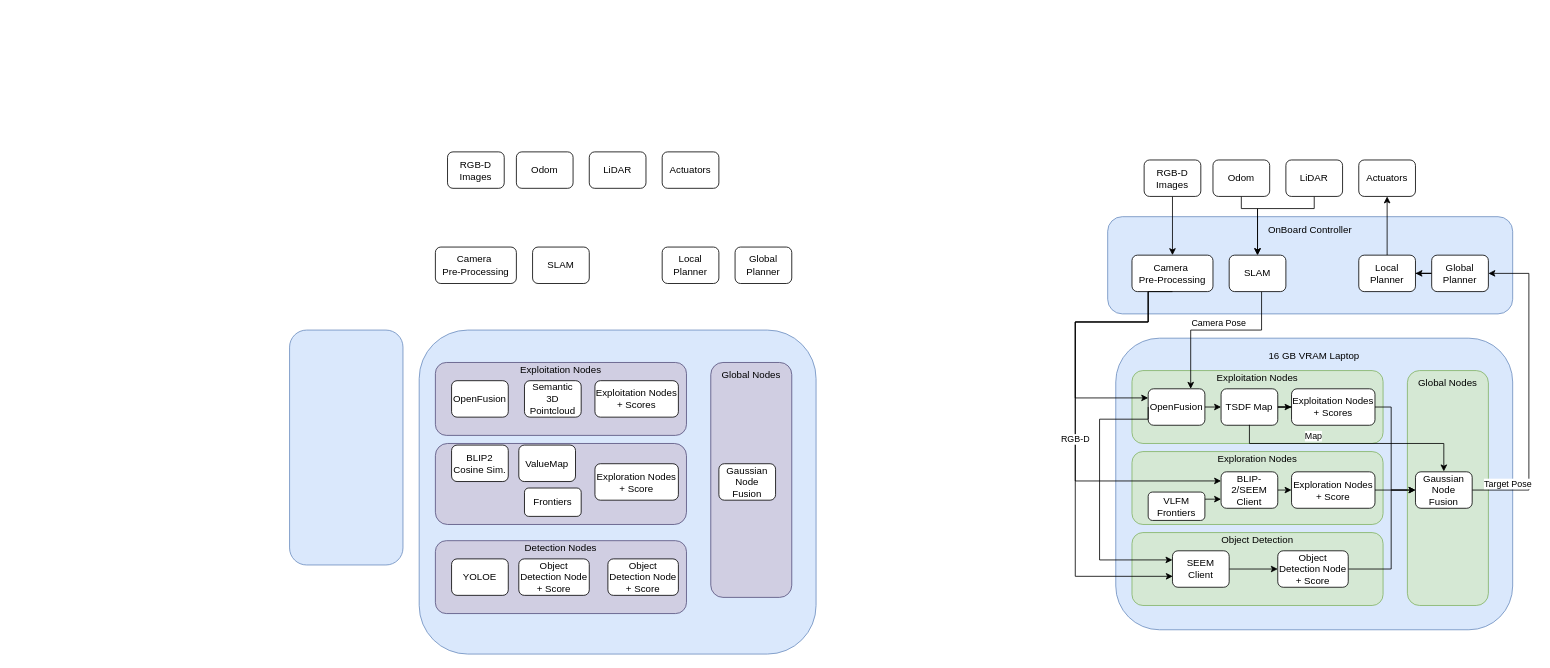
Earlier version of the draw.io diagram drawio/Master_Thesis_Overview.drawio (KevinEppacher/Eppacher_Master_Thesis). Source tidied: cells renumbered, new cells numbered last; positions are measured from the earlier drawing's top-left corner, leaving out a move shared by most shapes. Both pictures are drawn from the tidied source at 81%, with x=0, y=0 at pixel (289, 151). Pictures stored in the file or linked from it are replaced by grey dashed boxes.
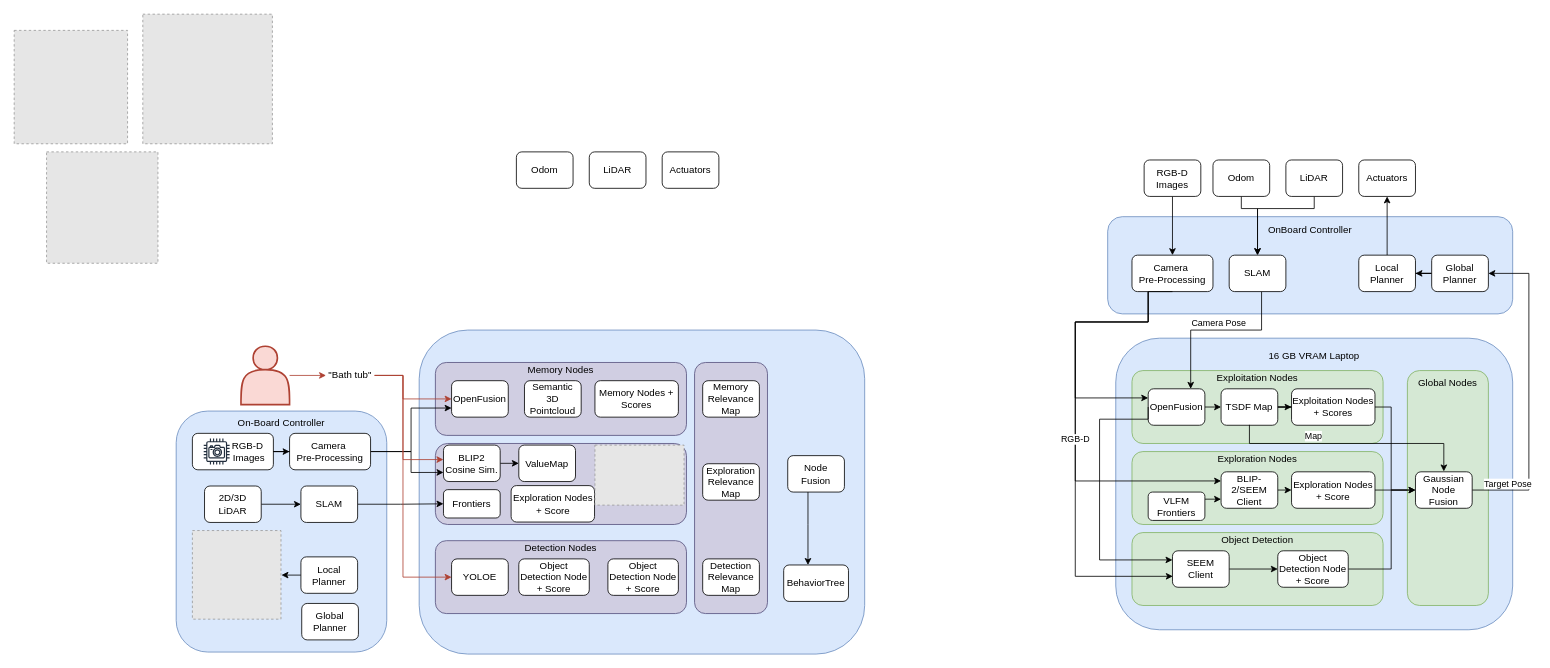
After the change.

The change refers to these unchanged cells:
```xml
<mxCell id="10" value="OpenFusion" style="rounded=1;whiteSpace=wrap;html=1;" parent="1" vertex="1">
  <mxGeometry x="200" y="282.5" width="70" height="45" as="geometry" />
</mxCell>
<mxCell id="14" value="YOLOE" style="rounded=1;whiteSpace=wrap;html=1;" parent="1" vertex="1">
  <mxGeometry x="200" y="502.5" width="70" height="45" as="geometry" />
</mxCell>
<mxCell id="73" value="ValueMap" style="rounded=1;whiteSpace=wrap;html=1;" parent="1" vertex="1">
  <mxGeometry x="283" y="362" width="70" height="45" as="geometry" />
</mxCell>
```

The edit, as a diff of the source:
```diff
@@
     <mxCell id="2" style="rounded=1;whiteSpace=wrap;html=1;fillColor=#dae8fc;strokeColor=#6c8ebf;" parent="1" vertex="1">
-      <mxGeometry y="220" width="140" height="290" as="geometry" />
+      <mxGeometry x="-140" y="320" width="260" height="297.5" as="geometry" />
     </mxCell>
     <mxCell id="3" style="rounded=1;whiteSpace=wrap;html=1;fillColor=#dae8fc;strokeColor=#6c8ebf;" parent="1" vertex="1">
-      <mxGeometry x="160" y="220" width="490" height="400" as="geometry" />
+      <mxGeometry x="160" y="220" width="550" height="400" as="geometry" />
     </mxCell>
@@
-    <mxCell id="5" value="Exploitation Nodes&lt;div&gt;&lt;br&gt;&lt;/div&gt;&lt;div&gt;&lt;br&gt;&lt;/div&gt;&lt;div&gt;&lt;br&gt;&lt;/div&gt;&lt;div&gt;&lt;br&gt;&lt;/div&gt;&lt;div&gt;&lt;br&gt;&lt;/div&gt;" style="rounded=1;whiteSpace=wrap;html=1;fillColor=#d0cee2;strokeColor=#56517e;" parent="1" vertex="1">
+    <mxCell id="5" value="Memory Nodes&lt;div&gt;&lt;br&gt;&lt;/div&gt;&lt;div&gt;&lt;br&gt;&lt;/div&gt;&lt;div&gt;&lt;br&gt;&lt;/div&gt;&lt;div&gt;&lt;br&gt;&lt;/div&gt;&lt;div&gt;&lt;br&gt;&lt;/div&gt;" style="rounded=1;whiteSpace=wrap;html=1;fillColor=#d0cee2;strokeColor=#56517e;" parent="1" vertex="1">
       <mxGeometry x="180" y="260" width="310" height="90" as="geometry" />
     </mxCell>
@@
+    <mxCell id="74" style="edgeStyle=orthogonalEdgeStyle;rounded=0;jettySize=auto;html=1;exitX=1;exitY=0.5;exitDx=0;exitDy=0;entryX=0;entryY=0.5;entryDx=0;entryDy=0;" parent="1" edge="1" source="7" target="73">
+      <mxGeometry relative="1" as="geometry" />
+    </mxCell>
     <mxCell id="7" value="BLIP2 Cosine Sim." style="rounded=1;whiteSpace=wrap;html=1;" parent="1" vertex="1">
-      <mxGeometry x="200" y="362" width="70" height="45" as="geometry" />
+      <mxGeometry x="190" y="362" width="70" height="45" as="geometry" />
     </mxCell>
     <mxCell id="8" value="Frontiers" style="rounded=1;whiteSpace=wrap;html=1;" parent="1" vertex="1">
-      <mxGeometry x="290" y="415" width="70" height="35" as="geometry" />
+      <mxGeometry x="190" y="417" width="70" height="35" as="geometry" />
     </mxCell>
     <mxCell id="9" value="Exploration&amp;nbsp;Nodes + Score" style="rounded=1;whiteSpace=wrap;html=1;" parent="1" vertex="1">
-      <mxGeometry x="377" y="385" width="103" height="45" as="geometry" />
+      <mxGeometry x="273.5" y="412" width="103" height="45" as="geometry" />
     </mxCell>
@@
-    <mxCell id="12" value="Exploitation&amp;nbsp;Nodes + Scores" style="rounded=1;whiteSpace=wrap;html=1;" parent="1" vertex="1">
+    <mxCell id="12" value="Memory Nodes + Scores" style="rounded=1;whiteSpace=wrap;html=1;" parent="1" vertex="1">
       <mxGeometry x="377" y="282.5" width="103" height="45" as="geometry" />
     </mxCell>
-    <mxCell id="13" value="&lt;div&gt;Global Nodes&lt;/div&gt;&lt;div&gt;&lt;br&gt;&lt;/div&gt;&lt;div&gt;&lt;br&gt;&lt;/div&gt;&lt;div&gt;&lt;br&gt;&lt;/div&gt;&lt;div&gt;&lt;br&gt;&lt;/div&gt;&lt;div&gt;&lt;br&gt;&lt;/div&gt;&lt;div&gt;&lt;br&gt;&lt;/div&gt;&lt;div&gt;&lt;br&gt;&lt;/div&gt;&lt;div&gt;&lt;br&gt;&lt;/div&gt;&lt;div&gt;&lt;br&gt;&lt;/div&gt;&lt;div&gt;&lt;br&gt;&lt;/div&gt;&lt;div&gt;&lt;br&gt;&lt;/div&gt;&lt;div&gt;&lt;br&gt;&lt;/div&gt;&lt;div&gt;&lt;br&gt;&lt;/div&gt;&lt;div&gt;&lt;br&gt;&lt;/div&gt;&lt;div&gt;&lt;br&gt;&lt;/div&gt;&lt;div&gt;&lt;br&gt;&lt;/div&gt;&lt;div&gt;&lt;br&gt;&lt;/div&gt;&lt;div&gt;&lt;br&gt;&lt;/div&gt;" style="rounded=1;whiteSpace=wrap;html=1;fillColor=#d0cee2;strokeColor=#56517e;" parent="1" vertex="1">
-      <mxGeometry x="520" y="260" width="100" height="290" as="geometry" />
+    <mxCell id="13" style="rounded=1;whiteSpace=wrap;html=1;fillColor=#d0cee2;strokeColor=#56517e;" parent="1" vertex="1">
+      <mxGeometry x="500" y="260" width="90" height="310" as="geometry" />
     </mxCell>
@@
+    <mxCell id="75" style="edgeStyle=orthogonalEdgeStyle;rounded=0;jettySize=auto;html=1;" parent="1" edge="1" source="16" target="89">
+      <mxGeometry relative="1" as="geometry">
+        <Array as="points">
+          <mxPoint x="640" y="460" />
+          <mxPoint x="640" y="460" />
+        </Array>
+      </mxGeometry>
+    </mxCell>
-    <mxCell id="16" value="Gaussian Node Fusion" style="rounded=1;whiteSpace=wrap;html=1;" parent="1" vertex="1">
-      <mxGeometry x="530" y="385" width="70" height="45" as="geometry" />
+    <mxCell id="16" value="Node Fusion" style="rounded=1;whiteSpace=wrap;html=1;" parent="1" vertex="1">
+      <mxGeometry x="615" y="375" width="70" height="45" as="geometry" />
     </mxCell>
-    <mxCell id="17" value="RGB-D Images" style="rounded=1;whiteSpace=wrap;html=1;" parent="1" vertex="1">
-      <mxGeometry x="195" width="70" height="45" as="geometry" />
-    </mxCell>
@@
+    <mxCell id="76" style="edgeStyle=orthogonalEdgeStyle;rounded=0;jettySize=auto;html=1;exitX=1;exitY=0.5;exitDx=0;exitDy=0;entryX=0;entryY=0.5;entryDx=0;entryDy=0;" parent="1" edge="1" source="21" target="8">
+      <mxGeometry relative="1" as="geometry" />
+    </mxCell>
     <mxCell id="21" value="SLAM" style="rounded=1;whiteSpace=wrap;html=1;" parent="1" vertex="1">
-      <mxGeometry x="300" y="117.5" width="70" height="45" as="geometry" />
+      <mxGeometry x="14" y="412.5" width="70" height="45" as="geometry" />
     </mxCell>
     <mxCell id="22" value="Global Planner" style="rounded=1;whiteSpace=wrap;html=1;" parent="1" vertex="1">
-      <mxGeometry x="550" y="117.5" width="70" height="45" as="geometry" />
+      <mxGeometry x="15" y="557.5" width="70" height="45" as="geometry" />
     </mxCell>
+    <mxCell id="77" style="edgeStyle=orthogonalEdgeStyle;rounded=0;jettySize=auto;html=1;" parent="1" edge="1" source="23" target="96">
+      <mxGeometry relative="1" as="geometry">
+        <Array as="points">
+          <mxPoint x="-10" y="522.5" />
+          <mxPoint x="-10" y="522.5" />
+        </Array>
+      </mxGeometry>
+    </mxCell>
     <mxCell id="23" value="Local Planner" style="rounded=1;whiteSpace=wrap;html=1;" parent="1" vertex="1">
-      <mxGeometry x="460" y="117.5" width="70" height="45" as="geometry" />
+      <mxGeometry x="14" y="500" width="70" height="45" as="geometry" />
     </mxCell>
+    <mxCell id="78" style="edgeStyle=orthogonalEdgeStyle;rounded=0;jettySize=auto;html=1;entryX=0;entryY=0.75;entryDx=0;entryDy=0;" parent="1" edge="1" source="24" target="10">
+      <mxGeometry relative="1" as="geometry" />
+    </mxCell>
+    <mxCell id="79" style="edgeStyle=orthogonalEdgeStyle;rounded=0;jettySize=auto;html=1;entryX=0;entryY=0.75;entryDx=0;entryDy=0;" parent="1" edge="1" source="24" target="7">
+      <mxGeometry relative="1" as="geometry">
+        <Array as="points">
+          <mxPoint x="150" y="370" />
+          <mxPoint x="150" y="396" />
+        </Array>
+      </mxGeometry>
+    </mxCell>
     <mxCell id="24" value="Camera&amp;nbsp;&lt;div&gt;Pre-Processing&lt;/div&gt;" style="rounded=1;whiteSpace=wrap;html=1;" parent="1" vertex="1">
-      <mxGeometry x="180" y="117.5" width="100" height="45" as="geometry" />
+      <mxGeometry y="347.5" width="100" height="45" as="geometry" />
     </mxCell>
@@
+    <mxCell id="80" style="edgeStyle=orthogonalEdgeStyle;rounded=0;jettySize=auto;html=1;entryX=0;entryY=0.5;entryDx=0;entryDy=0;fillColor=#fad9d5;strokeColor=#ae4132;" parent="1" edge="1" source="81" target="85">
+      <mxGeometry relative="1" as="geometry" />
+    </mxCell>
+    <mxCell id="81" style="shape=actor;whiteSpace=wrap;html=1;strokeWidth=2;fillColor=#fad9d5;strokeColor=#ae4132;" parent="1" vertex="1">
+      <mxGeometry x="-60" y="240" width="60" height="72" as="geometry" />
+    </mxCell>
+    <mxCell id="82" style="edgeStyle=orthogonalEdgeStyle;rounded=0;jettySize=auto;html=1;exitX=1;exitY=0.5;exitDx=0;exitDy=0;entryX=0;entryY=0.5;entryDx=0;entryDy=0;fillColor=#fad9d5;strokeColor=#ae4132;" parent="1" edge="1" source="85" target="10">
+      <mxGeometry relative="1" as="geometry">
+        <Array as="points">
+          <mxPoint x="140" y="276" />
+          <mxPoint x="140" y="305" />
+        </Array>
+      </mxGeometry>
+    </mxCell>
+    <mxCell id="83" style="edgeStyle=orthogonalEdgeStyle;rounded=0;jettySize=auto;html=1;entryX=0;entryY=0.5;entryDx=0;entryDy=0;fillColor=#fad9d5;strokeColor=#ae4132;" parent="1" edge="1" source="85" target="14">
+      <mxGeometry relative="1" as="geometry">
+        <Array as="points">
+          <mxPoint x="140" y="276" />
+          <mxPoint x="140" y="525" />
+        </Array>
+      </mxGeometry>
+    </mxCell>
+    <mxCell id="84" style="edgeStyle=orthogonalEdgeStyle;rounded=0;jettySize=auto;html=1;entryX=-0.001;entryY=0.397;entryDx=0;entryDy=0;fillColor=#fad9d5;strokeColor=#ae4132;entryPerimeter=0;" parent="1" edge="1" source="85" target="7">
+      <mxGeometry relative="1" as="geometry">
+        <Array as="points">
+          <mxPoint x="140" y="276" />
+          <mxPoint x="140" y="380" />
+          <mxPoint x="190" y="380" />
+        </Array>
+      </mxGeometry>
+    </mxCell>
+    <mxCell id="85" value="&quot;Bath tub&quot;" style="text;html=1;whiteSpace=wrap;strokeColor=none;fillColor=none;align=center;verticalAlign=middle;rounded=0;" parent="1" vertex="1">
+      <mxGeometry x="45" y="261" width="60" height="30" as="geometry" />
+    </mxCell>
+    <mxCell id="86" value="Detection Relevance Map" style="rounded=1;whiteSpace=wrap;html=1;" parent="1" vertex="1">
+      <mxGeometry x="510" y="502.5" width="70" height="45" as="geometry" />
+    </mxCell>
+    <mxCell id="87" value="Exploration Relevance Map" style="rounded=1;whiteSpace=wrap;html=1;" parent="1" vertex="1">
+      <mxGeometry x="510" y="385" width="70" height="45" as="geometry" />
+    </mxCell>
+    <mxCell id="88" value="Memory Relevance Map" style="rounded=1;whiteSpace=wrap;html=1;" parent="1" vertex="1">
+      <mxGeometry x="510" y="282.5" width="70" height="45" as="geometry" />
+    </mxCell>
+    <mxCell id="89" value="BehaviorTree" style="rounded=1;whiteSpace=wrap;html=1;" parent="1" vertex="1">
+      <mxGeometry x="610" y="510" width="80" height="45" as="geometry" />
+    </mxCell>
+    <mxCell id="90" style="group;" parent="1" vertex="1">
+      <mxGeometry x="-120" y="347.5" width="100" height="45" as="geometry" />
+    </mxCell>
+    <mxCell id="17" style="rounded=1;whiteSpace=wrap;html=1;" parent="90" vertex="1">
+      <mxGeometry width="100" height="45" as="geometry" />
+    </mxCell>
+    <mxCell id="91" style="sketch=0;fontColor=#232F3E;gradientColor=none;strokeColor=#232F3E;fillColor=#ffffff;dashed=0;verticalLabelPosition=bottom;verticalAlign=top;align=center;html=1;fontSize=12;fontStyle=0;shape=mxgraph.aws4.resourceIcon;resIcon=mxgraph.aws4.camera;" parent="90" vertex="1">
+      <mxGeometry x="10" y="2.5" width="40" height="40" as="geometry" />
+    </mxCell>
+    <mxCell id="92" value="&lt;div&gt;RGB-D&amp;nbsp;&lt;/div&gt;&lt;div&gt;Images&lt;/div&gt;" style="text;html=1;whiteSpace=wrap;strokeColor=none;fillColor=none;align=center;verticalAlign=middle;rounded=0;" parent="90" vertex="1">
+      <mxGeometry x="40" y="7.5" width="60" height="30" as="geometry" />
+    </mxCell>
+    <mxCell id="93" style="fillColor=#E6E6E6;strokeColor=#999999;dashed=1;verticalLabelPosition=bottom;labelBackgroundColor=default;verticalAlign=top;" parent="1" vertex="1">
+      <mxGeometry x="-340" y="-150" width="140" height="140" as="geometry" />
+    </mxCell>
+    <mxCell id="94" style="fillColor=#E6E6E6;strokeColor=#999999;dashed=1;verticalLabelPosition=bottom;labelBackgroundColor=default;verticalAlign=top;" parent="1" vertex="1">
+      <mxGeometry x="-300" width="137.5" height="137.5" as="geometry" />
+    </mxCell>
+    <mxCell id="95" style="fillColor=#E6E6E6;strokeColor=#999999;dashed=1;verticalLabelPosition=bottom;labelBackgroundColor=default;verticalAlign=top;" parent="1" vertex="1">
+      <mxGeometry x="-181.2" y="-170" width="160" height="160" as="geometry" />
+    </mxCell>
+    <mxCell id="96" style="fillColor=#E6E6E6;strokeColor=#999999;dashed=1;verticalLabelPosition=bottom;labelBackgroundColor=default;verticalAlign=top;" parent="1" vertex="1">
+      <mxGeometry x="-120" y="467.5" width="109.4" height="109.4" as="geometry" />
+    </mxCell>
+    <mxCell id="97" style="edgeStyle=orthogonalEdgeStyle;rounded=0;jettySize=auto;html=1;" parent="1" edge="1" source="98" target="21">
+      <mxGeometry relative="1" as="geometry" />
+    </mxCell>
+    <mxCell id="98" value="2D/3D LiDAR" style="rounded=1;whiteSpace=wrap;html=1;" parent="1" vertex="1">
+      <mxGeometry x="-105" y="412.5" width="70" height="45" as="geometry" />
+    </mxCell>
+    <mxCell id="99" style="edgeStyle=orthogonalEdgeStyle;rounded=0;jettySize=auto;html=1;" parent="1" edge="1" source="92" target="24">
+      <mxGeometry relative="1" as="geometry" />
+    </mxCell>
+    <mxCell id="100" style="fillColor=#E6E6E6;strokeColor=#999999;dashed=1;verticalLabelPosition=bottom;labelBackgroundColor=default;verticalAlign=top;rotation=0;" parent="1" vertex="1">
+      <mxGeometry x="377" y="362" width="110" height="74.1" as="geometry" />
+    </mxCell>
+    <mxCell id="101" value="&amp;nbsp;" style="text;whiteSpace=wrap;html=1;" parent="1" vertex="1">
+      <mxGeometry x="130" y="460" width="40" height="40" as="geometry" />
+    </mxCell>
+    <mxCell id="102" value="On-Board Controller" style="text;html=1;whiteSpace=wrap;strokeColor=none;fillColor=none;align=center;verticalAlign=middle;rounded=0;" parent="1" vertex="1">
+      <mxGeometry x="-75" y="320" width="130" height="30" as="geometry" />
+    </mxCell>
```
